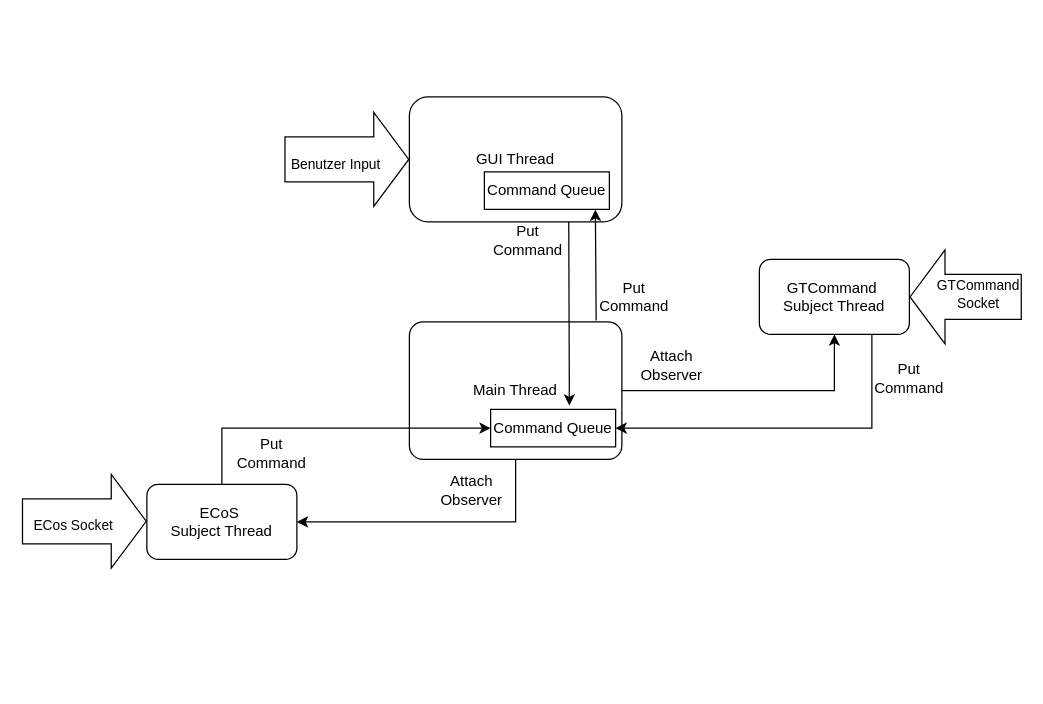
Before: threads.drawio in pascalreiss/draw_io_stuff, a draw.io diagram. Source tidied: cells renumbered, new cells numbered last; positions are measured from the earlier drawing's top-left corner, leaving out a move shared by most shapes. Both pictures are drawn from the tidied source at 125%, with x=0, y=0 at pixel (21, 96).
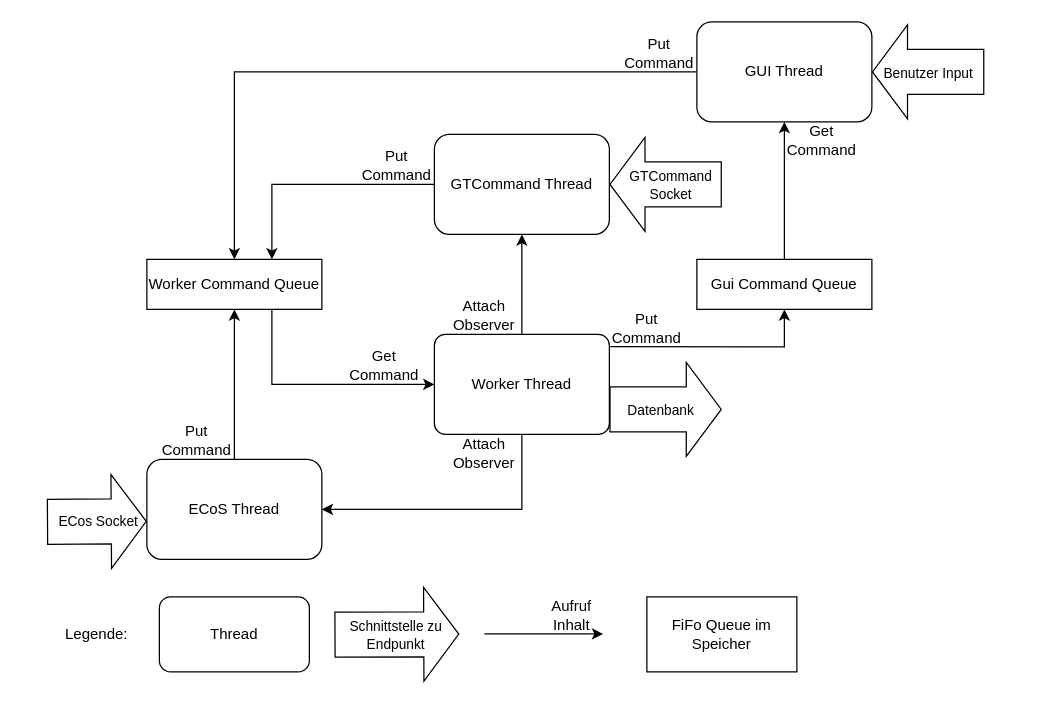
The same diagram, later.

Diff of the diagram source:
```diff
@@
-    <mxCell id="2" value="Main Thread" style="rounded=1;whiteSpace=wrap;html=1;arcSize=10;" parent="1" vertex="1">
-      <mxGeometry x="310" y="180" width="170" height="110" as="geometry" />
+    <mxCell id="2" value="Worker Thread" style="rounded=1;whiteSpace=wrap;html=1;arcSize=11;strokeColor=default;align=center;verticalAlign=middle;fontFamily=Helvetica;fontSize=12;fontColor=default;fillColor=default;" parent="1" vertex="1">
+      <mxGeometry x="330" y="190" width="140" height="80" as="geometry" />
     </mxCell>
-    <mxCell id="3" value="&lt;div&gt;ECoS&amp;nbsp;&lt;/div&gt;&lt;div&gt;Subject Thread&lt;/div&gt;" style="rounded=1;whiteSpace=wrap;html=1;" parent="1" vertex="1">
-      <mxGeometry x="100" y="310" width="120" height="60" as="geometry" />
+    <mxCell id="3" value="&lt;div&gt;ECoS Thread&lt;/div&gt;" style="rounded=1;whiteSpace=wrap;html=1;" parent="1" vertex="1">
+      <mxGeometry x="100" y="290" width="140" height="80" as="geometry" />
     </mxCell>
-    <mxCell id="4" value="&lt;div&gt;GTCommand&amp;nbsp;&lt;/div&gt;&lt;div&gt;Subject Thread&lt;/div&gt;" style="rounded=1;whiteSpace=wrap;html=1;" parent="1" vertex="1">
-      <mxGeometry x="590" y="130" width="120" height="60" as="geometry" />
+    <mxCell id="4" value="&lt;div&gt;GTCommand Thread&lt;/div&gt;" style="rounded=1;whiteSpace=wrap;html=1;" parent="1" vertex="1">
+      <mxGeometry x="330" y="30" width="140" height="80" as="geometry" />
     </mxCell>
     <mxCell id="5" value="GUI Thread" style="rounded=1;whiteSpace=wrap;html=1;" parent="1" vertex="1">
-      <mxGeometry x="310" width="170" height="100" as="geometry" />
+      <mxGeometry x="540" y="-60" width="140" height="80" as="geometry" />
     </mxCell>
     <mxCell id="6" style="endArrow=classic;html=1;rounded=0;" parent="1" edge="1" source="3" target="20">
-      <mxGeometry relative="1" as="geometry">
-        <Array as="points">
-          <mxPoint x="160" y="265" />
-        </Array>
-      </mxGeometry>
+      <mxGeometry relative="1" as="geometry" />
     </mxCell>
-    <mxCell id="7" style="endArrow=classic;html=1;rounded=0;" parent="1" edge="1" source="2" target="3">
+    <mxCell id="7" style="endArrow=classic;html=1;rounded=0;exitX=0.5;exitY=1;exitDx=0;exitDy=0;entryX=1;entryY=0.5;entryDx=0;entryDy=0;" parent="1" edge="1" source="2" target="3">
       <mxGeometry relative="1" as="geometry">
         <Array as="points">
-          <mxPoint x="395" y="340" />
+          <mxPoint x="400" y="330" />
         </Array>
       </mxGeometry>
     </mxCell>
     <mxCell id="8" value="&lt;div&gt;Attach&lt;/div&gt;&lt;div&gt;Observer&lt;br&gt;&lt;/div&gt;" style="text;html=1;align=center;verticalAlign=middle;whiteSpace=wrap;rounded=0;" parent="1" vertex="1">
-      <mxGeometry x="330" y="300" width="60" height="30" as="geometry" />
+      <mxGeometry x="340" y="270" width="60" height="30" as="geometry" />
     </mxCell>
@@
-    <mxCell id="10" value="&lt;div&gt;Put&lt;/div&gt;&lt;div&gt;Command&lt;br&gt;&lt;/div&gt;" style="text;html=1;align=center;verticalAlign=middle;whiteSpace=wrap;rounded=0;" parent="1" vertex="1">
-      <mxGeometry x="680" y="210" width="60" height="30" as="geometry" />
-    </mxCell>
     <mxCell id="11" value="&lt;div&gt;Put&lt;/div&gt;&lt;div&gt;Command&lt;br&gt;&lt;/div&gt;" style="text;html=1;align=center;verticalAlign=middle;whiteSpace=wrap;rounded=0;" parent="1" vertex="1">
-      <mxGeometry x="460" y="145" width="60" height="30" as="geometry" />
+      <mxGeometry x="270" y="40" width="60" height="30" as="geometry" />
     </mxCell>
-    <mxCell id="12" value="&lt;div&gt;Put&lt;/div&gt;&lt;div&gt;Command&lt;br&gt;&lt;/div&gt;" style="text;html=1;align=center;verticalAlign=middle;whiteSpace=wrap;rounded=0;" parent="1" vertex="1">
-      <mxGeometry x="170" y="270" width="60" height="30" as="geometry" />
+    <mxCell id="12" value="&lt;div&gt;Get&lt;/div&gt;&lt;div&gt;Command&lt;br&gt;&lt;/div&gt;" style="text;html=1;align=center;verticalAlign=middle;whiteSpace=wrap;rounded=0;" parent="1" vertex="1">
+      <mxGeometry x="260" y="200" width="60" height="30" as="geometry" />
     </mxCell>
     <mxCell id="13" value="&lt;div&gt;Attach&lt;/div&gt;&lt;div&gt;Observer&lt;br&gt;&lt;/div&gt;" style="text;html=1;align=center;verticalAlign=middle;whiteSpace=wrap;rounded=0;" parent="1" vertex="1">
-      <mxGeometry x="490" y="200" width="60" height="30" as="geometry" />
+      <mxGeometry x="340" y="160" width="60" height="30" as="geometry" />
     </mxCell>
     <mxCell id="14" style="shape=flexArrow;endArrow=classic;html=1;rounded=0;endWidth=38;endSize=9;width=36;" parent="1" edge="1">
       <mxGeometry relative="1" as="geometry">
-        <mxPoint y="339.5" as="sourcePoint" />
+        <mxPoint x="20" y="340" as="sourcePoint" />
         <mxPoint x="100" y="339.5" as="targetPoint" />
       </mxGeometry>
     </mxCell>
     <mxCell id="15" value="ECos Socket" style="edgeLabel;html=1;align=center;verticalAlign=middle;" parent="14" vertex="1">
-      <mxGeometry x="-0.2" y="-3" relative="1" as="geometry" />
+      <mxGeometry x="-0.2" y="-3" relative="1" as="geometry">
+        <mxPoint x="8" y="-3" as="offset" />
+      </mxGeometry>
     </mxCell>
-    <mxCell id="16" style="shape=flexArrow;endArrow=classic;html=1;rounded=0;endWidth=38;endSize=9;width=36;" parent="1" edge="1" target="5">
+    <mxCell id="16" style="shape=flexArrow;endArrow=classic;html=1;rounded=0;endWidth=38;endSize=9;width=36;entryX=1;entryY=0.5;entryDx=0;entryDy=0;" parent="1" edge="1" target="5">
       <mxGeometry relative="1" as="geometry">
-        <mxPoint x="210" y="50" as="sourcePoint" />
+        <mxPoint x="770" y="-20" as="sourcePoint" />
       </mxGeometry>
     </mxCell>
     <mxCell id="17" value="Benutzer Input" style="edgeLabel;html=1;align=center;verticalAlign=middle;" parent="16" vertex="1">
-      <mxGeometry x="-0.2" y="-3" relative="1" as="geometry" />
+      <mxGeometry x="-0.2" y="-3" relative="1" as="geometry">
+        <mxPoint x="-10" y="3" as="offset" />
+      </mxGeometry>
     </mxCell>
-    <mxCell id="18" style="shape=flexArrow;endArrow=classic;html=1;rounded=0;endWidth=38;endSize=9;width=36;" parent="1" edge="1" target="4">
+    <mxCell id="18" style="shape=flexArrow;endArrow=classic;html=1;rounded=0;endWidth=38;endSize=9;width=36;" parent="1" edge="1">
       <mxGeometry relative="1" as="geometry">
-        <mxPoint x="800" y="160" as="sourcePoint" />
+        <mxPoint x="560" y="70" as="sourcePoint" />
+        <mxPoint x="470" y="70" as="targetPoint" />
       </mxGeometry>
     </mxCell>
     <mxCell id="19" value="&lt;div&gt;GTCommand&lt;/div&gt;&lt;div&gt;Socket&lt;br&gt;&lt;/div&gt;" style="edgeLabel;html=1;align=center;verticalAlign=middle;" parent="18" vertex="1">
-      <mxGeometry x="-0.2" y="-3" relative="1" as="geometry" />
+      <mxGeometry x="-0.2" y="-3" relative="1" as="geometry">
+        <mxPoint x="-6" y="3" as="offset" />
+      </mxGeometry>
     </mxCell>
-    <mxCell id="20" value="&lt;div&gt;Command Queue&lt;br&gt;&lt;/div&gt;" style="rounded=0;whiteSpace=wrap;html=1;" parent="1" vertex="1">
-      <mxGeometry x="375" y="250" width="100" height="30" as="geometry" />
+    <mxCell id="20" value="Worker Command Queue" style="rounded=0;whiteSpace=wrap;html=1;" parent="1" vertex="1">
+      <mxGeometry x="100" y="130" width="140" height="40" as="geometry" />
     </mxCell>
-    <mxCell id="21" value="&lt;div&gt;Command Queue&lt;br&gt;&lt;/div&gt;" style="rounded=0;whiteSpace=wrap;html=1;" parent="1" vertex="1">
-      <mxGeometry x="370" y="60" width="100" height="30" as="geometry" />
+    <mxCell id="21" value="&lt;div&gt;Gui Command Queue&lt;br&gt;&lt;/div&gt;" style="rounded=0;whiteSpace=wrap;html=1;" parent="1" vertex="1">
+      <mxGeometry x="540" y="130" width="140" height="40" as="geometry" />
     </mxCell>
+    <mxCell id="23" style="endArrow=classic;html=1;rounded=0;exitX=0;exitY=0.5;exitDx=0;exitDy=0;" parent="1" edge="1" source="4">
+      <mxGeometry relative="1" as="geometry">
+        <mxPoint x="200" y="130" as="targetPoint" />
+        <Array as="points">
+          <mxPoint x="200" y="70" />
+        </Array>
+      </mxGeometry>
+    </mxCell>
+    <mxCell id="27" value="&lt;div&gt;Put&lt;/div&gt;&lt;div&gt;Command&lt;br&gt;&lt;/div&gt;" style="text;html=1;align=center;verticalAlign=middle;whiteSpace=wrap;rounded=0;" parent="1" vertex="1">
+      <mxGeometry x="110" y="260" width="60" height="30" as="geometry" />
+    </mxCell>
+    <mxCell id="28" style="endArrow=classic;html=1;rounded=0;entryX=0;entryY=0.5;entryDx=0;entryDy=0;" parent="1" edge="1" target="2">
+      <mxGeometry relative="1" as="geometry">
+        <mxPoint x="200" y="170" as="sourcePoint" />
+        <Array as="points">
+          <mxPoint x="200" y="230" />
+        </Array>
+      </mxGeometry>
+    </mxCell>
+    <mxCell id="24" style="endArrow=classic;html=1;rounded=0;entryX=0.5;entryY=0;entryDx=0;entryDy=0;" parent="1" edge="1" source="5" target="20">
+      <mxGeometry relative="1" as="geometry">
+        <Array as="points">
+          <mxPoint x="170" y="-20" />
+        </Array>
+      </mxGeometry>
+    </mxCell>
+    <mxCell id="29" style="shape=flexArrow;endArrow=classic;html=1;rounded=0;endWidth=38;endSize=9;width=36;exitX=1.006;exitY=0.845;exitDx=0;exitDy=0;exitPerimeter=0;" parent="1" edge="1">
+      <mxGeometry relative="1" as="geometry">
+        <mxPoint x="470" y="250" as="sourcePoint" />
+        <mxPoint x="560" y="250" as="targetPoint" />
+      </mxGeometry>
+    </mxCell>
+    <mxCell id="30" value="Datenbank" style="edgeLabel;html=1;align=center;verticalAlign=middle;" parent="29" vertex="1">
+      <mxGeometry x="-0.2" y="-3" relative="1" as="geometry">
+        <mxPoint x="4" y="-3" as="offset" />
+      </mxGeometry>
+    </mxCell>
+    <mxCell id="31" value="&lt;div&gt;Get&lt;/div&gt;&lt;div&gt;Command&lt;br&gt;&lt;/div&gt;" style="text;html=1;align=center;verticalAlign=middle;whiteSpace=wrap;rounded=0;" parent="1" vertex="1">
+      <mxGeometry x="610" y="20" width="60" height="30" as="geometry" />
+    </mxCell>
+    <mxCell id="32" value="&lt;div&gt;Put&lt;/div&gt;&lt;div&gt;Command&lt;br&gt;&lt;/div&gt;" style="text;html=1;align=center;verticalAlign=middle;whiteSpace=wrap;rounded=0;" parent="1" vertex="1">
+      <mxGeometry x="480" y="-50" width="60" height="30" as="geometry" />
+    </mxCell>
+    <mxCell id="33" value="&lt;div&gt;Put&lt;/div&gt;&lt;div&gt;Command&lt;br&gt;&lt;/div&gt;" style="text;html=1;align=center;verticalAlign=middle;whiteSpace=wrap;rounded=0;" parent="1" vertex="1">
+      <mxGeometry x="470" y="170" width="60" height="30" as="geometry" />
+    </mxCell>
-    <mxCell id="22" style="endArrow=classic;html=1;rounded=0;" parent="1" edge="1" source="2" target="4">
-      <mxGeometry relative="1" as="geometry">
-        <Array as="points">
-          <mxPoint x="650" y="235" />
-        </Array>
-      </mxGeometry>
+    <mxCell id="22" style="endArrow=classic;html=1;rounded=0;entryX=0.5;entryY=1;entryDx=0;entryDy=0;exitX=0.5;exitY=0;exitDx=0;exitDy=0;" parent="1" edge="1" source="2" target="4">
+      <mxGeometry relative="1" as="geometry" />
     </mxCell>
-    <mxCell id="23" style="endArrow=classic;html=1;rounded=0;exitX=0.75;exitY=1;exitDx=0;exitDy=0;" parent="1" edge="1" source="4" target="20">
-      <mxGeometry relative="1" as="geometry">
-        <Array as="points">
-          <mxPoint x="680" y="265" />
-        </Array>
-      </mxGeometry>
-    </mxCell>
-    <mxCell id="24" style="endArrow=classic;html=1;rounded=0;entryX=0.63;entryY=-0.1;entryDx=0;entryDy=0;entryPerimeter=0;exitX=0.75;exitY=1;exitDx=0;exitDy=0;" parent="1" edge="1" source="5" target="20">
-      <mxGeometry relative="1" as="geometry" />
-    </mxCell>
-    <mxCell id="25" style="endArrow=classic;html=1;rounded=0;exitX=0.879;exitY=-0.01;exitDx=0;exitDy=0;exitPerimeter=0;entryX=0.888;entryY=1.008;entryDx=0;entryDy=0;entryPerimeter=0;" parent="1" edge="1" source="2" target="21">
-      <mxGeometry relative="1" as="geometry" />
+    <mxCell id="25" style="endArrow=classic;html=1;rounded=0;exitX=1.005;exitY=0.122;exitDx=0;exitDy=0;exitPerimeter=0;entryX=0.5;entryY=1;entryDx=0;entryDy=0;" parent="1" edge="1" source="2" target="21">
+      <mxGeometry relative="1" as="geometry">
+        <Array as="points">
+          <mxPoint x="610" y="200" />
+        </Array>
+      </mxGeometry>
     </mxCell>
-    <mxCell id="26" value="&lt;div&gt;Put&lt;/div&gt;&lt;div&gt;Command&lt;br&gt;&lt;/div&gt;" style="text;html=1;align=center;verticalAlign=middle;whiteSpace=wrap;rounded=0;" parent="1" vertex="1">
-      <mxGeometry x="375" y="100" width="60" height="30" as="geometry" />
-    </mxCell>
+    <mxCell id="34" style="endArrow=classic;html=1;rounded=0;" parent="1" edge="1" source="21" target="5">
+      <mxGeometry relative="1" as="geometry" />
+    </mxCell>
+    <mxCell id="35" value="Legende:" style="text;html=1;align=center;verticalAlign=middle;whiteSpace=wrap;rounded=0;" parent="1" vertex="1">
+      <mxGeometry x="30" y="415" width="60" height="30" as="geometry" />
+    </mxCell>
+    <mxCell id="36" value="Thread" style="rounded=1;whiteSpace=wrap;html=1;" parent="1" vertex="1">
+      <mxGeometry x="110" y="400" width="120" height="60" as="geometry" />
+    </mxCell>
+    <mxCell id="37" style="shape=flexArrow;endArrow=classic;html=1;rounded=0;endWidth=38;endSize=9;width=36;" parent="1" edge="1">
+      <mxGeometry relative="1" as="geometry">
+        <mxPoint x="250" y="430.2" as="sourcePoint" />
+        <mxPoint x="350" y="429.8" as="targetPoint" />
+      </mxGeometry>
+    </mxCell>
+    <mxCell id="38" value="Schnittstelle zu &lt;br&gt;Endpunkt" style="edgeLabel;html=1;align=center;verticalAlign=middle;" parent="37" vertex="1">
+      <mxGeometry x="-0.2" y="-3" relative="1" as="geometry">
+        <mxPoint x="8" y="-3" as="offset" />
+      </mxGeometry>
+    </mxCell>
+    <mxCell id="39" style="endArrow=classic;html=1;rounded=0;" parent="1" edge="1">
+      <mxGeometry relative="1" as="geometry">
+        <mxPoint x="370" y="429.6" as="sourcePoint" />
+        <mxPoint x="465" y="429.6" as="targetPoint" />
+      </mxGeometry>
+    </mxCell>
+    <mxCell id="40" value="FiFo Queue im Speicher" style="rounded=0;whiteSpace=wrap;html=1;" parent="1" vertex="1">
+      <mxGeometry x="500" y="400" width="120" height="60" as="geometry" />
+    </mxCell>
+    <mxCell id="41" value="Aufruf&lt;br&gt;Inhalt" style="text;html=1;align=center;verticalAlign=middle;whiteSpace=wrap;rounded=0;" parent="1" vertex="1">
+      <mxGeometry x="410" y="400" width="60" height="30" as="geometry" />
+    </mxCell>
```
